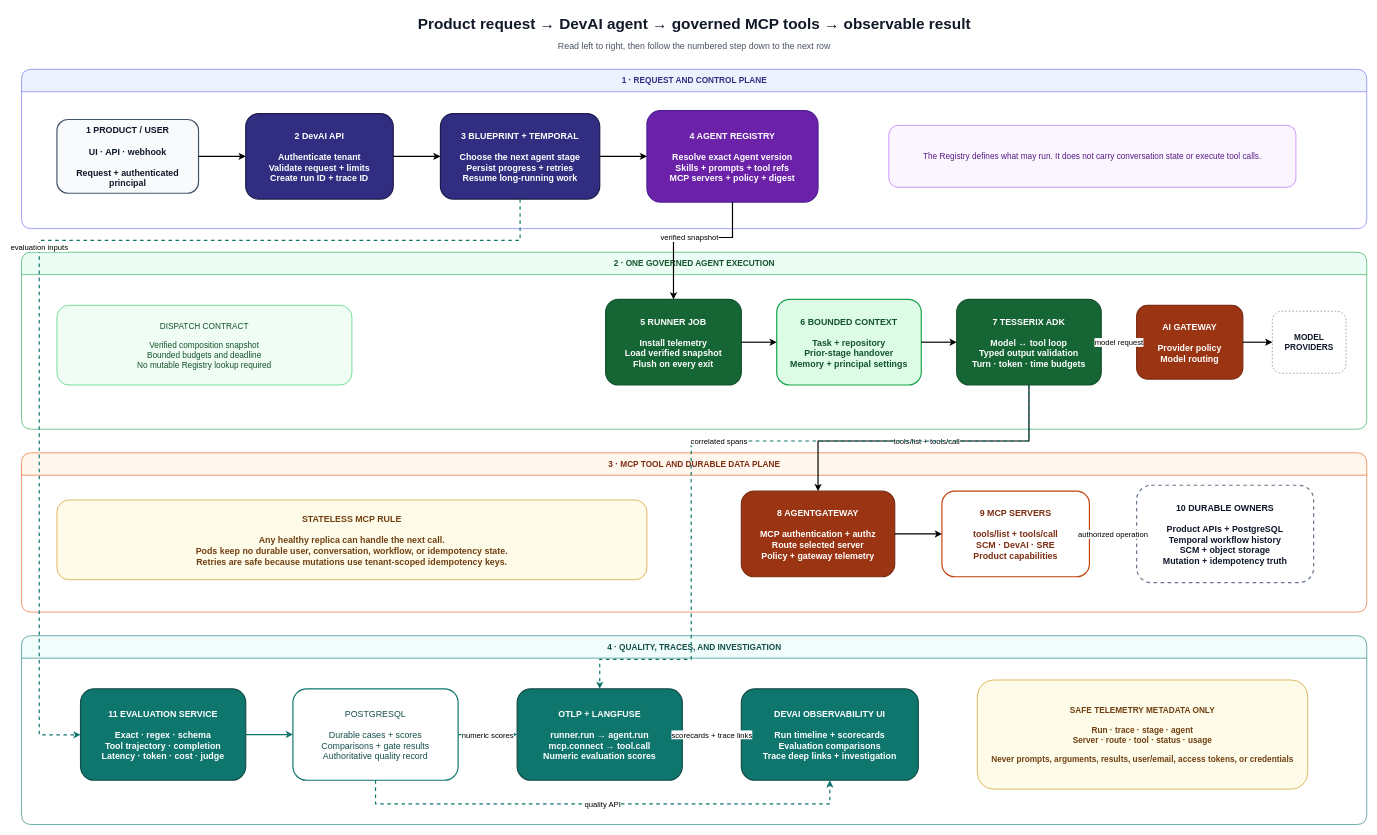
tesserix/devai keeps this draw.io diagram as docs/agentic/diagrams/05-product-agent-mcp-journey.drawio. Above is the earlier version. Source tidied: cells renumbered, new cells numbered last; positions are measured from the earlier drawing's top-left corner, leaving out a move shared by most shapes. Both pictures are drawn from the tidied source at 59%, with x=0, y=0 at pixel (21, 10).
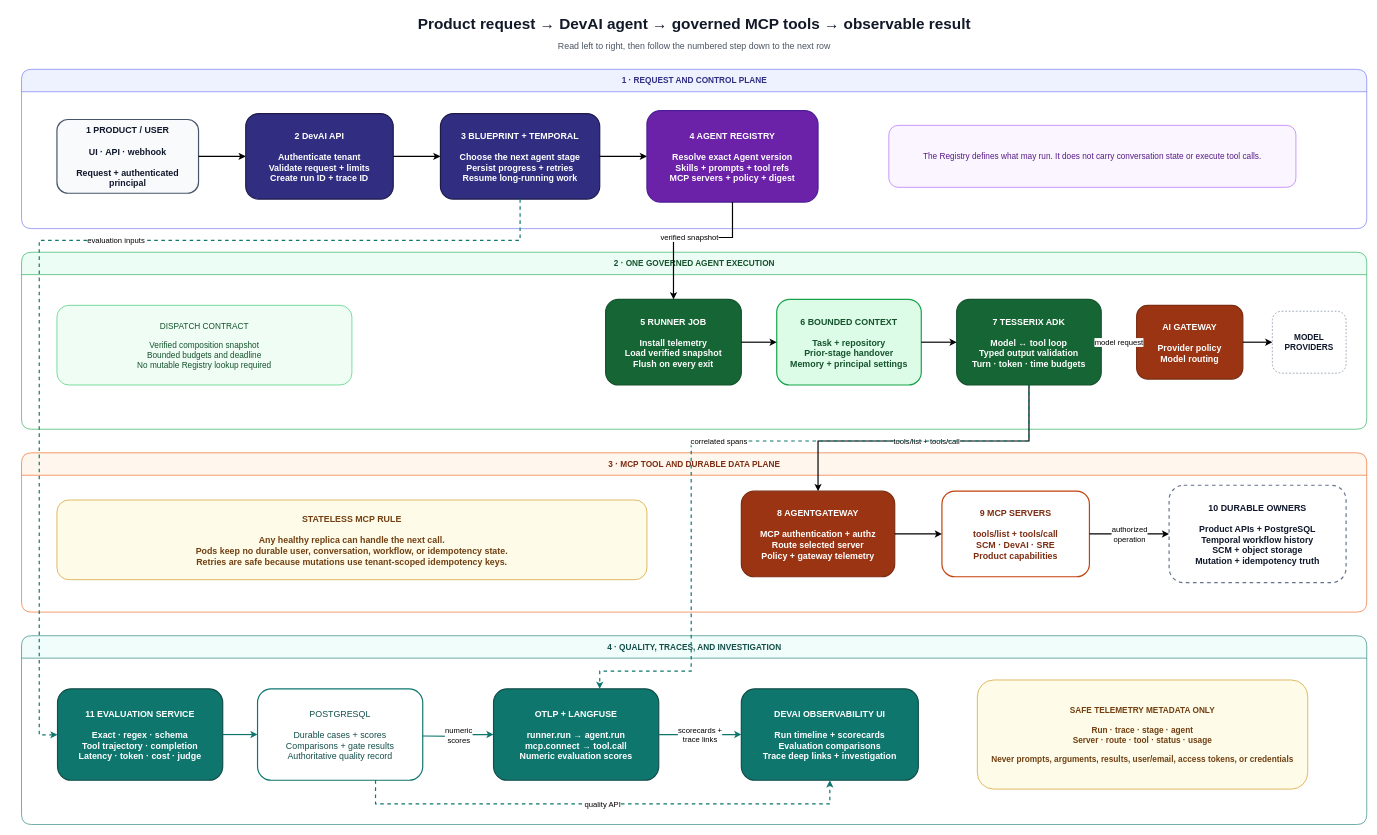
The same page after the edit.

Commit message:
docs: refine product agent MCP diagram (#385)

Unchanged cells that the change refers to:
```xml
<mxCell id="7" value="3  BLUEPRINT + TEMPORAL&#10;&#10;Choose the next agent stage&#10;Persist progress + retries&#10;Resume long-running work" style="rounded=1;whiteSpace=wrap;html=1;fillColor=#312e81;strokeColor=#1e1b4b;fontColor=#ffffff;fontSize=15;fontStyle=1;strokeWidth=2;" parent="1" vertex="1">
  <mxGeometry x="710" y="175" width="270" height="145" as="geometry" />
</mxCell>
<mxCell id="14" value="7  TESSERIX ADK&#10;&#10;Model ↔ tool loop&#10;Typed output validation&#10;Turn · token · time budgets" style="rounded=1;whiteSpace=wrap;html=1;fillColor=#166534;strokeColor=#14532d;fontColor=#ffffff;fontSize=15;fontStyle=1;strokeWidth=2;" parent="1" vertex="1">
  <mxGeometry x="1585" y="490" width="245" height="145" as="geometry" />
</mxCell>
<mxCell id="17" value="3 · MCP TOOL AND DURABLE DATA PLANE" style="swimlane;html=1;rounded=1;startSize=38;horizontal=1;fillColor=#fff7ed;strokeColor=#ea580c;fontColor=#7c2d12;fontStyle=1;fontSize=14;" parent="1" vertex="1">
  <mxGeometry y="750" width="2280" height="270" as="geometry" />
</mxCell>
<mxCell id="20" value="9  MCP SERVERS&#10;&#10;tools/list + tools/call&#10;SCM · DevAI · SRE&#10;Product capabilities" style="rounded=1;whiteSpace=wrap;html=1;fillColor=#ffffff;strokeColor=#c2410c;fontColor=#7c2d12;fontSize=15;fontStyle=1;strokeWidth=2;" parent="1" vertex="1">
  <mxGeometry x="1560" y="815" width="250" height="145" as="geometry" />
</mxCell>
<mxCell id="22" value="4 · QUALITY, TRACES, AND INVESTIGATION" style="swimlane;html=1;rounded=1;startSize=38;horizontal=1;fillColor=#f0fdfa;strokeColor=#0f766e;fontColor=#134e4a;fontStyle=1;fontSize=14;" parent="1" vertex="1">
  <mxGeometry y="1060" width="2280" height="320" as="geometry" />
</mxCell>
<mxCell id="26" value="DEVAI OBSERVABILITY UI&#10;&#10;Run timeline + scorecards&#10;Evaluation comparisons&#10;Trace deep links + investigation" style="rounded=1;whiteSpace=wrap;html=1;fillColor=#0f766e;strokeColor=#134e4a;fontColor=#ffffff;fontSize=15;fontStyle=1;strokeWidth=2;" parent="1" vertex="1">
  <mxGeometry x="1220" y="1150" width="300" height="155" as="geometry" />
</mxCell>
```

Diff of the diagram source:
```diff
@@
+    <mxCell id="21" value="10  DURABLE OWNERS&#10;&#10;Product APIs + PostgreSQL&#10;Temporal workflow history&#10;SCM + object storage&#10;Mutation + idempotency truth" style="rounded=1;whiteSpace=wrap;html=1;fillColor=#ffffff;strokeColor=#64748b;dashed=1;fontColor=#0f172a;fontSize=15;fontStyle=1;strokeWidth=2;" parent="17" vertex="1">
+      <mxGeometry x="1945" y="55" width="300" height="165" as="geometry" />
+    </mxCell>
@@
-    <mxCell id="21" value="10  DURABLE OWNERS&#10;&#10;Product APIs + PostgreSQL&#10;Temporal workflow history&#10;SCM + object storage&#10;Mutation + idempotency truth" style="rounded=1;whiteSpace=wrap;html=1;fillColor=#ffffff;strokeColor=#64748b;dashed=1;fontColor=#0f172a;fontSize=15;fontStyle=1;strokeWidth=2;" parent="1" vertex="1">
-      <mxGeometry x="1890" y="805" width="300" height="165" as="geometry" />
-    </mxCell>
@@
-    <mxCell id="23" value="11  EVALUATION SERVICE&#10;&#10;Exact · regex · schema&#10;Tool trajectory · completion&#10;Latency · token · cost · judge" style="rounded=1;whiteSpace=wrap;html=1;fillColor=#0f766e;strokeColor=#134e4a;fontColor=#ffffff;fontSize=15;fontStyle=1;strokeWidth=2;" parent="1" vertex="1">
-      <mxGeometry x="100" y="1150" width="280" height="155" as="geometry" />
-    </mxCell>
-    <mxCell id="24" value="POSTGRESQL&#10;&#10;Durable cases + scores&#10;Comparisons + gate results&#10;Authoritative quality record" style="rounded=1;whiteSpace=wrap;html=1;fillColor=#ffffff;strokeColor=#0f766e;fontColor=#134e4a;fontSize=15;strokeWidth=2;" parent="1" vertex="1">
-      <mxGeometry x="460" y="1150" width="280" height="155" as="geometry" />
+    <mxCell id="24" value="POSTGRESQL&#10;&#10;Durable cases + scores&#10;Comparisons + gate results&#10;Authoritative quality record" style="rounded=1;whiteSpace=wrap;html=1;fillColor=#ffffff;strokeColor=#0f766e;fontColor=#134e4a;fontSize=15;strokeWidth=2;" parent="22" vertex="1">
+      <mxGeometry x="400" y="90" width="280" height="155" as="geometry" />
     </mxCell>
-    <mxCell id="25" value="OTLP + LANGFUSE&#10;&#10;runner.run → agent.run&#10;mcp.connect → tool.call&#10;Numeric evaluation scores" style="rounded=1;whiteSpace=wrap;html=1;fillColor=#0f766e;strokeColor=#134e4a;fontColor=#ffffff;fontSize=15;fontStyle=1;strokeWidth=2;" parent="1" vertex="1">
-      <mxGeometry x="840" y="1150" width="280" height="155" as="geometry" />
+    <mxCell id="25" value="OTLP + LANGFUSE&#10;&#10;runner.run → agent.run&#10;mcp.connect → tool.call&#10;Numeric evaluation scores" style="rounded=1;whiteSpace=wrap;html=1;fillColor=#0f766e;strokeColor=#134e4a;fontColor=#ffffff;fontSize=15;fontStyle=1;strokeWidth=2;" parent="22" vertex="1">
+      <mxGeometry x="800" y="90" width="280" height="155" as="geometry" />
     </mxCell>
+    <mxCell id="41" value="numeric &lt;br&gt;scores" style="edgeStyle=orthogonalEdgeStyle;rounded=0;html=1;endArrow=classic;strokeColor=#0f766e;strokeWidth=2;fontSize=13;labelBackgroundColor=#ffffff;" parent="22" edge="1" target="25">
+      <mxGeometry relative="1" as="geometry">
+        <mxPoint x="680" y="170" as="sourcePoint" />
+      </mxGeometry>
+    </mxCell>
+    <mxCell id="23" value="11  EVALUATION SERVICE&#10;&#10;Exact · regex · schema&#10;Tool trajectory · completion&#10;Latency · token · cost · judge" style="rounded=1;whiteSpace=wrap;html=1;fillColor=#0f766e;strokeColor=#134e4a;fontColor=#ffffff;fontSize=15;fontStyle=1;strokeWidth=2;" parent="1" vertex="1">
+      <mxGeometry x="61" y="1150" width="280" height="155" as="geometry" />
+    </mxCell>
@@
-    <mxCell id="38" value="authorized operation" style="edgeStyle=orthogonalEdgeStyle;rounded=0;html=1;endArrow=classic;strokeWidth=2;fontSize=13;labelBackgroundColor=#ffffff;" parent="1" edge="1" source="20" target="21">
+    <mxCell id="38" value="authorized &lt;br&gt;operation" style="edgeStyle=orthogonalEdgeStyle;rounded=0;html=1;endArrow=classic;strokeWidth=2;fontSize=13;labelBackgroundColor=#ffffff;" parent="1" edge="1" source="20" target="21">
       <mxGeometry relative="1" as="geometry" />
     </mxCell>
     <mxCell id="39" value="evaluation inputs" style="edgeStyle=orthogonalEdgeStyle;rounded=0;html=1;endArrow=classic;dashed=1;strokeColor=#0f766e;strokeWidth=2;fontSize=13;labelBackgroundColor=#ffffff;" parent="1" edge="1" source="7" target="23">
-      <mxGeometry relative="1" as="geometry">
+      <mxGeometry x="-0.14" relative="1" as="geometry">
         <Array as="points">
           <mxPoint x="845" y="390" />
           <mxPoint x="30" y="390" />
           <mxPoint x="30" y="1228" />
         </Array>
+        <mxPoint x="-1" as="offset" />
       </mxGeometry>
     </mxCell>
@@
-    <mxCell id="41" value="numeric scores" style="edgeStyle=orthogonalEdgeStyle;rounded=0;html=1;endArrow=classic;strokeColor=#0f766e;strokeWidth=2;fontSize=13;labelBackgroundColor=#ffffff;" parent="1" edge="1" source="24" target="25">
-      <mxGeometry relative="1" as="geometry" />
-    </mxCell>
     <mxCell id="42" value="correlated spans" style="edgeStyle=orthogonalEdgeStyle;rounded=0;html=1;endArrow=classic;dashed=1;strokeColor=#0f766e;strokeWidth=2;fontSize=13;labelBackgroundColor=#ffffff;" parent="1" edge="1" source="14" target="25">
       <mxGeometry relative="1" as="geometry">
         <Array as="points">
           <mxPoint x="1708" y="730" />
           <mxPoint x="1135" y="730" />
-          <mxPoint x="1135" y="1100" />
-          <mxPoint x="980" y="1100" />
+          <mxPoint x="1135" y="1120" />
+          <mxPoint x="980" y="1120" />
         </Array>
       </mxGeometry>
     </mxCell>
-    <mxCell id="43" value="scorecards + trace links" style="edgeStyle=orthogonalEdgeStyle;rounded=0;html=1;endArrow=classic;strokeColor=#0f766e;strokeWidth=2;fontSize=13;labelBackgroundColor=#ffffff;" parent="1" edge="1" source="25" target="26">
+    <mxCell id="43" value="scorecards + &lt;br&gt;trace links" style="edgeStyle=orthogonalEdgeStyle;rounded=0;html=1;endArrow=classic;strokeColor=#0f766e;strokeWidth=2;fontSize=13;labelBackgroundColor=#ffffff;" parent="1" edge="1" source="25" target="26">
       <mxGeometry relative="1" as="geometry" />
     </mxCell>
```
